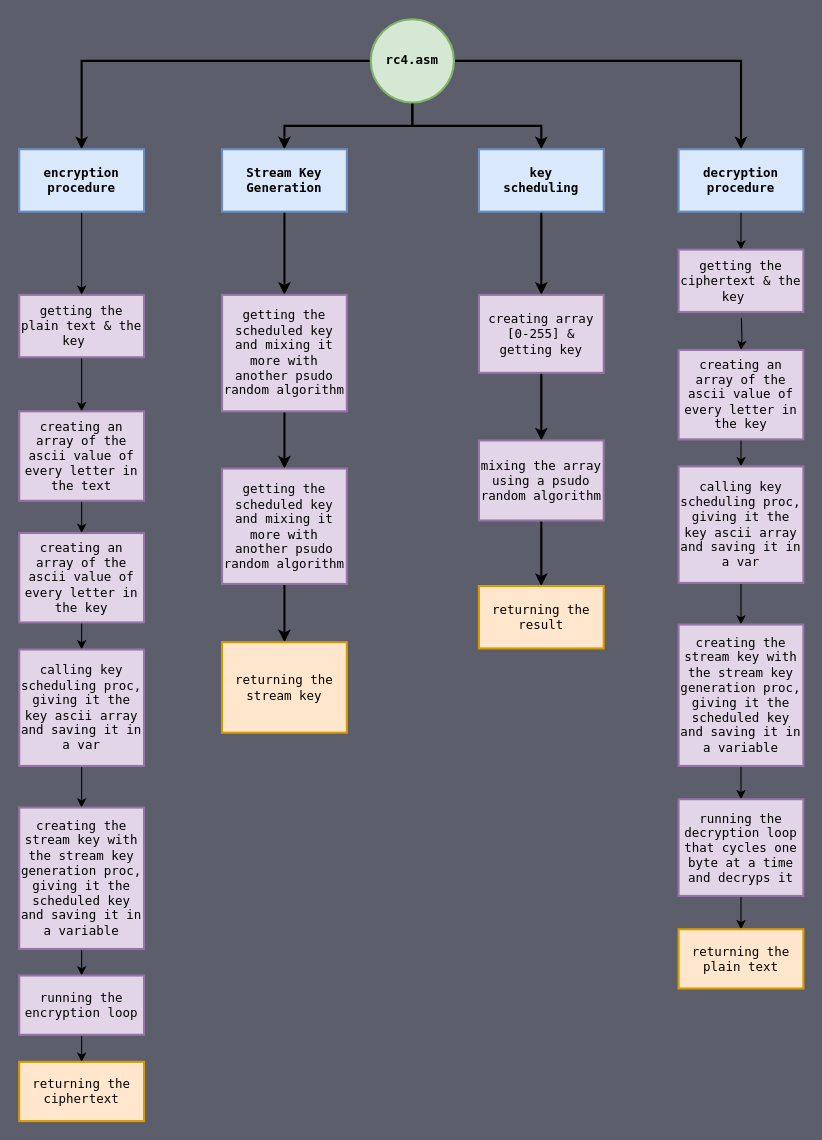
This is Other/RC4FlowChart.drawio from Ophirky/RC4Encryption-Asm8086, a draw.io file, before an edit. Source tidied: cells renumbered, new cells numbered last; positions are measured from the earlier drawing's top-left corner, leaving out a move shared by most shapes. Both pictures are drawn from the tidied source at 104%, with x=0, y=0 at pixel (19, 19).
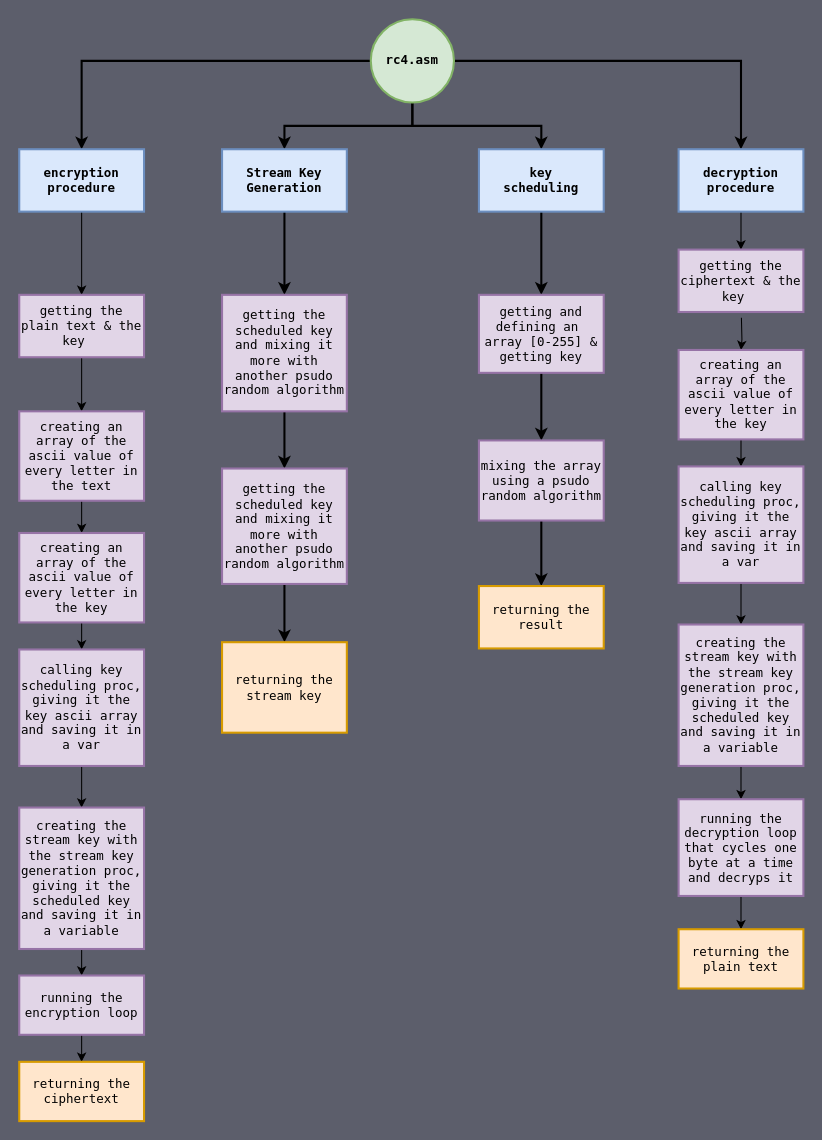
Above is the later version.

Change to the diagram source:
```diff
@@
-    <mxCell id="34" value="creating array [0-255] &amp;amp; getting key" style="rounded=0;whiteSpace=wrap;fillColor=#e1d5e7;strokeColor=#9673a6;strokeWidth=2;fontFamily=Lucida Console;html=1;labelBackgroundColor=none;fontStyle=0;" parent="1" vertex="1">
+    <mxCell id="34" value="getting and defining an&amp;nbsp; array [0-255] &amp;amp; getting key" style="rounded=0;whiteSpace=wrap;fillColor=#e1d5e7;strokeColor=#9673a6;strokeWidth=2;fontFamily=Lucida Console;html=1;labelBackgroundColor=none;fontStyle=0;" parent="1" vertex="1">
       <mxGeometry x="442" y="265" width="120" height="75" as="geometry" />
     </mxCell>
```
